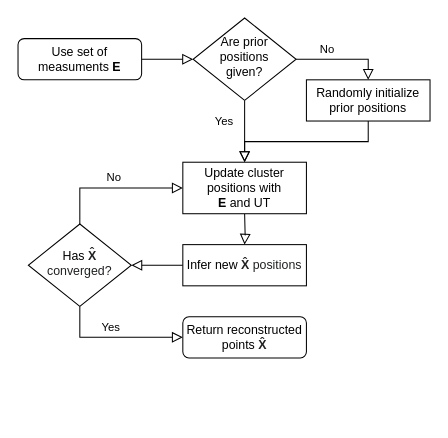
Before: reconstruct_pgm/Figures/prob_flow.drawio in aemiliusRetiarius/skripsie_2021, a draw.io diagram. Source tidied: cells renumbered, new cells numbered last; positions are measured from the earlier drawing's top-left corner, leaving out a move shared by most shapes. Both pictures are drawn from the tidied source at 103%, with x=0, y=0 at pixel (18, 18).
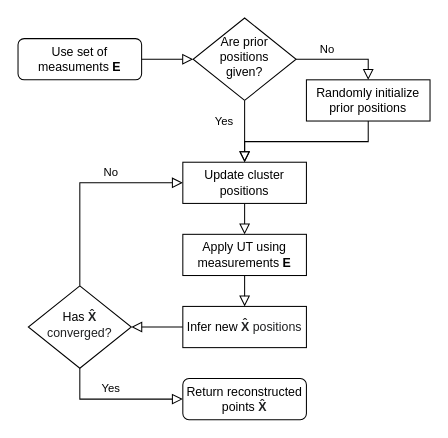
After the change.

Commit message (it also covers changes not shown here):
Updated prob flowchart

Change to the diagram source:
```diff
@@
     <mxCell id="9" value="No" style="edgeStyle=orthogonalEdgeStyle;rounded=0;html=1;jettySize=auto;fontSize=11;endArrow=block;endFill=0;endSize=8;strokeWidth=1;shadow=0;labelBackgroundColor=none;exitX=0.5;exitY=0;exitDx=0;exitDy=0;entryX=0;entryY=0.5;entryDx=0;entryDy=0;" parent="1" edge="1" source="10" target="15">
-      <mxGeometry y="10" relative="1" as="geometry">
+      <mxGeometry x="0.3" y="10" relative="1" as="geometry">
         <Array as="points">
-          <mxPoint x="60" y="165" />
+          <mxPoint x="60" y="160" />
         </Array>
       </mxGeometry>
     </mxCell>
     <mxCell id="10" value="Has&amp;nbsp;&lt;b style=&quot;color: rgb(32 , 33 , 34) ; background-color: rgb(255 , 255 , 255)&quot;&gt;X̂ &lt;/b&gt;&lt;span style=&quot;color: rgb(32 , 33 , 34) ; background-color: rgb(255 , 255 , 255)&quot;&gt;converged?&lt;/span&gt;" style="rhombus;whiteSpace=wrap;html=1;shadow=0;fontFamily=Helvetica;fontSize=12;align=center;strokeWidth=1;spacing=6;spacingTop=-4;" parent="1" vertex="1">
-      <mxGeometry x="10" y="200" width="100" height="80" as="geometry" />
+      <mxGeometry x="10" y="260" width="100" height="80" as="geometry" />
     </mxCell>
@@
     <mxCell id="13" value="Infer new&amp;nbsp;&lt;b style=&quot;color: rgb(32 , 33 , 34) ; background-color: rgb(255 , 255 , 255)&quot;&gt;X̂ &lt;/b&gt;&lt;span style=&quot;color: rgb(32 , 33 , 34) ; background-color: rgb(255 , 255 , 255)&quot;&gt;positions&lt;/span&gt;" style="rounded=0;whiteSpace=wrap;html=1;fontSize=12;glass=0;" parent="1" vertex="1">
-      <mxGeometry x="160" y="220" width="120" height="40" as="geometry" />
+      <mxGeometry x="160" y="280" width="120" height="40" as="geometry" />
     </mxCell>
-    <mxCell id="14" style="edgeStyle=orthogonalEdgeStyle;rounded=0;jettySize=auto;html=1;fontSize=11;endArrow=block;endFill=0;shadow=0;strokeWidth=1;labelBackgroundColor=none;endSize=8;" parent="1" edge="1" target="13">
-      <mxGeometry relative="1" as="geometry">
-        <mxPoint x="220" y="190" as="sourcePoint" />
-      </mxGeometry>
-    </mxCell>
+    <mxCell id="17" style="edgeStyle=orthogonalEdgeStyle;rounded=0;jettySize=auto;html=1;exitX=0.5;exitY=1;exitDx=0;exitDy=0;entryX=0.5;entryY=0;entryDx=0;entryDy=0;shadow=0;strokeWidth=1;labelBackgroundColor=none;endFill=0;endArrow=block;endSize=8;" parent="1" edge="1" source="15" target="19">
+      <mxGeometry relative="1" as="geometry" />
+    </mxCell>
-    <mxCell id="15" value="Update cluster positions with &lt;br&gt;&lt;b&gt;E&lt;/b&gt;&amp;nbsp;and UT" style="rounded=0;whiteSpace=wrap;html=1;fontSize=12;glass=0;" parent="1" vertex="1">
-      <mxGeometry x="160" y="140" width="120" height="50" as="geometry" />
+    <mxCell id="15" value="Update cluster positions" style="rounded=0;whiteSpace=wrap;html=1;fontSize=12;glass=0;" parent="1" vertex="1">
+      <mxGeometry x="160" y="140" width="120" height="40" as="geometry" />
     </mxCell>
     <mxCell id="16" value="Return reconstructed points&amp;nbsp;&lt;b style=&quot;color: rgb(32 , 33 , 34) ; background-color: rgb(255 , 255 , 255)&quot;&gt;X̂&lt;/b&gt;" style="rounded=1;whiteSpace=wrap;html=1;fontSize=12;glass=0;strokeWidth=1;shadow=0;" parent="1" vertex="1">
-      <mxGeometry x="160" y="290" width="120" height="40" as="geometry" />
+      <mxGeometry x="160" y="350" width="120" height="40" as="geometry" />
     </mxCell>
+    <mxCell id="18" style="edgeStyle=orthogonalEdgeStyle;rounded=0;jettySize=auto;html=1;exitX=0.5;exitY=1;exitDx=0;exitDy=0;shadow=0;strokeWidth=1;labelBackgroundColor=none;endFill=0;endArrow=block;endSize=8;" parent="1" edge="1" source="19" target="13">
+      <mxGeometry relative="1" as="geometry" />
+    </mxCell>
+    <mxCell id="19" value="Apply UT using measurements&amp;nbsp;&lt;b&gt;E&lt;/b&gt;" style="rounded=0;whiteSpace=wrap;html=1;fontSize=12;glass=0;" parent="1" vertex="1">
+      <mxGeometry x="160" y="210" width="120" height="40" as="geometry" />
+    </mxCell>
```
